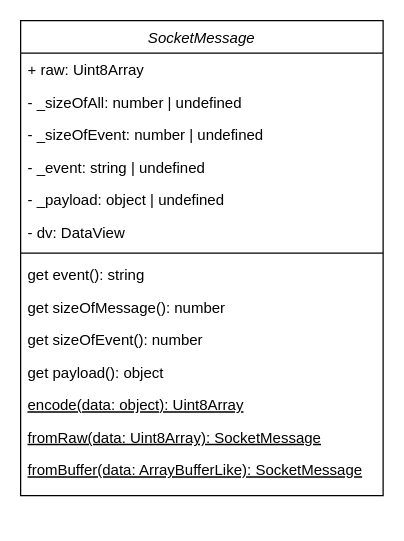
Earlier version of the draw.io diagram artefacts/Architecture/SocketMessage.drawio (duart38/serverless-sockets). Source tidied: cells renumbered, new cells numbered last; positions are measured from the earlier drawing's top-left corner, leaving out a move shared by most shapes. Both pictures are drawn from the tidied source at 125%, with x=0, y=0 at pixel (20, 20).
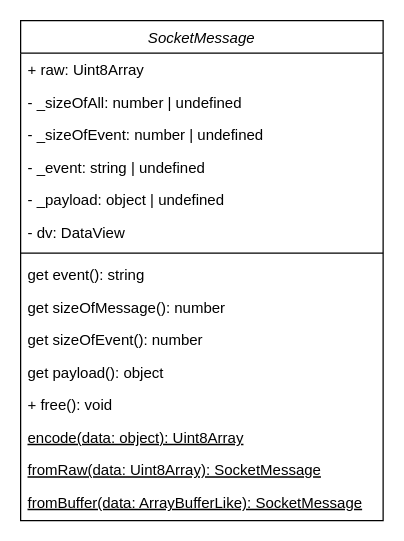
Above is the later version.

Diff of the diagram source:
```diff
@@
 <mxGraphModel>
   <root>
     <mxCell id="0" />
     <mxCell id="1" parent="0" />
     <mxCell id="2" value="SocketMessage" style="swimlane;fontStyle=2;align=center;verticalAlign=top;horizontal=1;startSize=26;rounded=0;shadow=0;strokeWidth=1;fillColor=#FFFFFF;swimlaneFillColor=default;" parent="1" vertex="1">
-      <mxGeometry width="290" height="380" as="geometry" />
+      <mxGeometry width="290" height="400" as="geometry" />
     </mxCell>
     <mxCell id="3" value="+ raw: Uint8Array" style="text;align=left;verticalAlign=top;spacingLeft=4;spacingRight=4;overflow=hidden;" parent="2" vertex="1">
       <mxGeometry y="26" width="290" height="26" as="geometry" />
     </mxCell>
     <mxCell id="4" value="- _sizeOfAll: number | undefined" style="text;align=left;verticalAlign=top;spacingLeft=4;spacingRight=4;overflow=hidden;rounded=0;shadow=0;html=0;" parent="2" vertex="1">
       <mxGeometry y="52" width="290" height="26" as="geometry" />
     </mxCell>
     <mxCell id="5" value="- _sizeOfEvent: number | undefined" style="text;align=left;verticalAlign=top;spacingLeft=4;spacingRight=4;overflow=hidden;rounded=0;shadow=0;html=0;" parent="2" vertex="1">
       <mxGeometry y="78" width="290" height="26" as="geometry" />
     </mxCell>
     <mxCell id="6" value="- _event: string | undefined" style="text;align=left;verticalAlign=top;spacingLeft=4;spacingRight=4;overflow=hidden;rounded=0;shadow=0;html=0;" parent="2" vertex="1">
       <mxGeometry y="104" width="290" height="26" as="geometry" />
     </mxCell>
     <mxCell id="7" value="- _payload: object | undefined" style="text;align=left;verticalAlign=top;spacingLeft=4;spacingRight=4;overflow=hidden;rounded=0;shadow=0;html=0;" parent="2" vertex="1">
       <mxGeometry y="130" width="290" height="26" as="geometry" />
     </mxCell>
     <mxCell id="8" value="- dv: DataView" style="text;align=left;verticalAlign=top;spacingLeft=4;spacingRight=4;overflow=hidden;rounded=0;shadow=0;html=0;" parent="2" vertex="1">
       <mxGeometry y="156" width="290" height="26" as="geometry" />
     </mxCell>
     <mxCell id="9" style="line;html=1;strokeWidth=1;align=left;verticalAlign=middle;spacingTop=-1;spacingLeft=3;spacingRight=3;labelPosition=right;" parent="2" vertex="1">
       <mxGeometry y="182" width="290" height="8" as="geometry" />
     </mxCell>
     <mxCell id="10" value="get event(): string" style="text;align=left;verticalAlign=top;spacingLeft=4;spacingRight=4;overflow=hidden;" parent="2" vertex="1">
       <mxGeometry y="190" width="290" height="26" as="geometry" />
     </mxCell>
     <mxCell id="11" value="get sizeOfMessage(): number" style="text;align=left;verticalAlign=top;spacingLeft=4;spacingRight=4;overflow=hidden;" parent="2" vertex="1">
       <mxGeometry y="216" width="290" height="26" as="geometry" />
     </mxCell>
     <mxCell id="12" value="get sizeOfEvent(): number" style="text;align=left;verticalAlign=top;spacingLeft=4;spacingRight=4;overflow=hidden;" parent="2" vertex="1">
       <mxGeometry y="242" width="290" height="26" as="geometry" />
     </mxCell>
     <mxCell id="13" value="get payload(): object" style="text;align=left;verticalAlign=top;spacingLeft=4;spacingRight=4;overflow=hidden;" parent="2" vertex="1">
       <mxGeometry y="268" width="290" height="26" as="geometry" />
     </mxCell>
+    <mxCell id="17" value="+ free(): void" style="text;align=left;verticalAlign=top;spacingLeft=4;spacingRight=4;overflow=hidden;" parent="2" vertex="1">
+      <mxGeometry y="294" width="290" height="26" as="geometry" />
+    </mxCell>
     <mxCell id="14" value="encode(data: object): Uint8Array" style="text;align=left;verticalAlign=top;spacingLeft=4;spacingRight=4;overflow=hidden;fontStyle=4;" parent="2" vertex="1">
-      <mxGeometry y="294" width="290" height="26" as="geometry" />
+      <mxGeometry y="320" width="290" height="26" as="geometry" />
     </mxCell>
     <mxCell id="15" value="fromRaw(data: Uint8Array): SocketMessage" style="text;align=left;verticalAlign=top;spacingLeft=4;spacingRight=4;overflow=hidden;fontStyle=4;" parent="2" vertex="1">
-      <mxGeometry y="320" width="290" height="26" as="geometry" />
+      <mxGeometry y="346" width="290" height="26" as="geometry" />
     </mxCell>
     <mxCell id="16" value="fromBuffer(data: ArrayBufferLike): SocketMessage" style="text;align=left;verticalAlign=top;spacingLeft=4;spacingRight=4;overflow=hidden;fontStyle=4;" parent="2" vertex="1">
-      <mxGeometry y="346" width="290" height="26" as="geometry" />
+      <mxGeometry y="372" width="290" height="26" as="geometry" />
     </mxCell>
   </root>
 </mxGraphModel>
```
